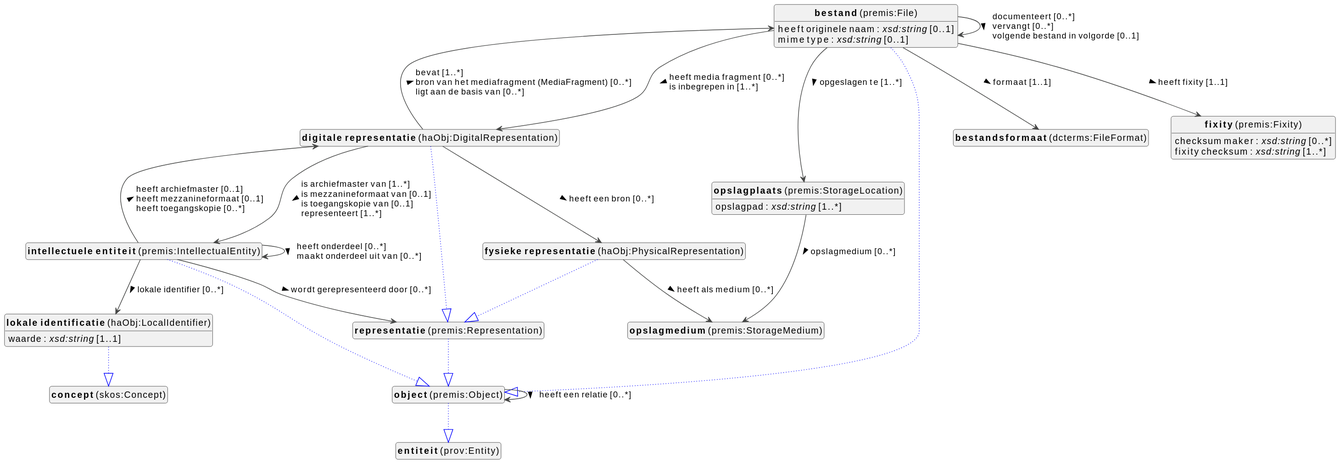
Above: docs/metadata/knowledge-graph/0.0.1/object/nl/object-diagram.svg in viaacode/documentation-jekyll (PlantUML), before the change.
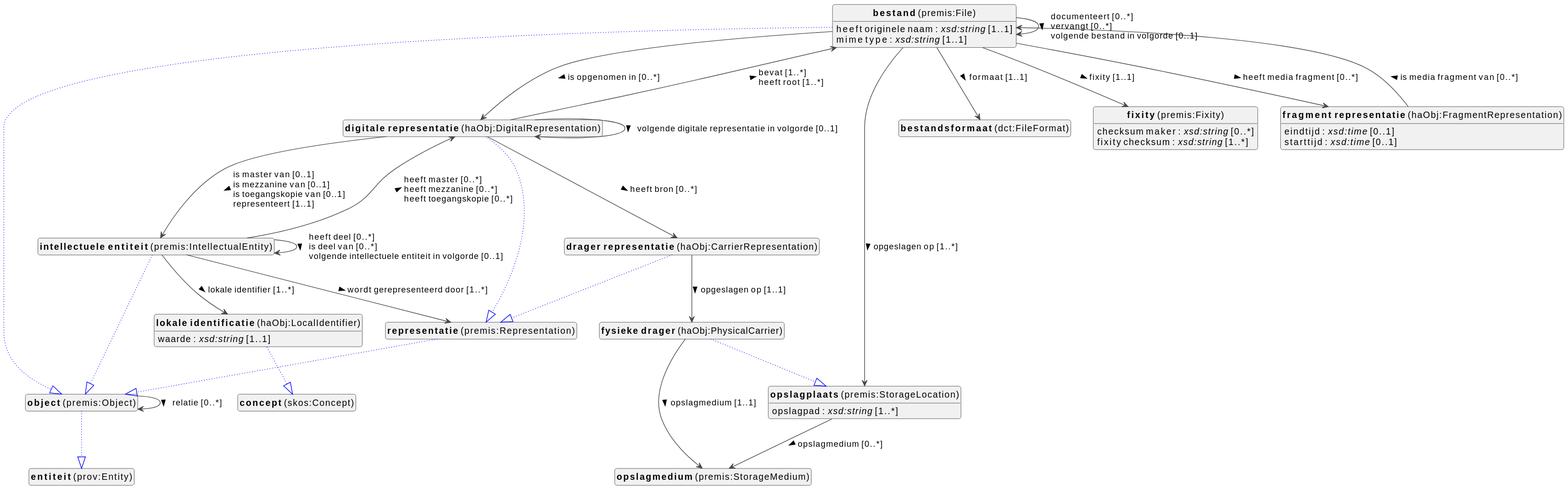
The same file after the commit.

The edit, as a diff of the source:
```diff
@@ -12,12 +12,15 @@
 
 class "<b>bestand</b> (premis:File)" as premis_File [[#premis%3AFile]]
 class "<b>object</b> (premis:Object)" as premis_Object [[#premis%3AObject]]
-class "<b>bestandsformaat</b> (dcterms:FileFormat)" as dcterms_FileFormat [[#dcterms%3AFileFormat]]
+class "<b>bestandsformaat</b> (dct:FileFormat)" as dct_FileFormat [[#dct%3AFileFormat]]
 class "<b>digitale representatie</b> (haObj:DigitalRepresentation)" as haObj_DigitalRepresentation [[#haObj%3ADigitalRepresentation]]
 class "<b>representatie</b> (premis:Representation)" as premis_Representation [[#premis%3ARepresentation]]
+class "<b>drager representatie</b> (haObj:CarrierRepresentation)" as haObj_CarrierRepresentation [[#haObj%3ACarrierRepresentation]]
+class "<b>representatie</b> (premis:Representation)" as premis_Representation [[#premis%3ARepresentation]]
 class "<b>fixity</b> (premis:Fixity)" as premis_Fixity [[#premis%3AFixity]]
-class "<b>fysieke representatie</b> (haObj:PhysicalRepresentation)" as haObj_PhysicalRepresentation [[#haObj%3APhysicalRepresentation]]
-class "<b>representatie</b> (premis:Representation)" as premis_Representation [[#premis%3ARepresentation]]
+class "<b>fragment representatie</b> (haObj:FragmentRepresentation)" as haObj_FragmentRepresentation [[#haObj%3AFragmentRepresentation]]
+class "<b>fysieke drager</b> (haObj:PhysicalCarrier)" as haObj_PhysicalCarrier [[#haObj%3APhysicalCarrier]]
+class "<b>opslagplaats</b> (premis:StorageLocation)" as premis_StorageLocation [[#premis%3AStorageLocation]]
 class "<b>intellectuele entiteit</b> (premis:IntellectualEntity)" as premis_IntellectualEntity [[#premis%3AIntellectualEntity]]
 class "<b>object</b> (premis:Object)" as premis_Object [[#premis%3AObject]]
 class "<b>lokale identificatie</b> (haObj:LocalIdentifier)" as haObj_LocalIdentifier [[#haObj%3ALocalIdentifier]]
@@ -31,14 +34,15 @@
 
 premis_File --|> premis_Object #blue;line.dotted;text:blue
 
-premis_File : heeft (bestands)grootte : <i>xsd:nonNegativeInteger</i> [0..1]
-premis_File : heeft originele naam : <i>xsd:string</i> [0..1]
-premis_File : mime type : <i>xsd:string</i> [0..1]
-premis_File --> dcterms_FileFormat :formaat [1..1]  >
-premis_File --> haObj_DigitalRepresentation :heeft media fragment [0..*]  \lis inbegrepen in [1..*]  >
+premis_File : heeft (bestands)grootte : <i>xsd:nonNegativeInteger</i> [1..1]
+premis_File : heeft originele naam : <i>xsd:string</i> [1..1]
+premis_File : mime type : <i>xsd:string</i> [1..1]
+premis_File --> dct_FileFormat :formaat [1..1]  >
+premis_File --> haObj_DigitalRepresentation :is opgenomen in [0..*]  >
+premis_File --> haObj_FragmentRepresentation :heeft media fragment [0..*]  >
 premis_File --> premis_File :documenteert [0..*]  \lvervangt [0..*]  \lvolgende bestand in volgorde [0..1]  >
-premis_File --> premis_Fixity :heeft fixity [1..1]  >
-premis_File --> premis_StorageLocation :opgeslagen te [1..*]  >
+premis_File --> premis_Fixity :fixity [1..1]  >
+premis_File --> premis_StorageLocation :opgeslagen op [1..*]  >
 
 
 
@@ -46,25 +50,36 @@
 
 haObj_DigitalRepresentation --|> premis_Representation #blue;line.dotted;text:blue
 
-haObj_DigitalRepresentation --> haObj_PhysicalRepresentation :heeft een bron [0..*]  >
-haObj_DigitalRepresentation --> premis_File :bevat [1..*]  \lbron van het mediafragment (MediaFragment) [0..*]  \lligt aan de basis van [0..*]  >
-haObj_DigitalRepresentation --> premis_IntellectualEntity :is archiefmaster van [1..*]  \lis mezzanineformaat van [0..1]  \lis toegangskopie van [0..1]  \lrepresenteert [1..*]  >
+haObj_DigitalRepresentation --> haObj_CarrierRepresentation :heeft bron [0..*]  >
+haObj_DigitalRepresentation --> haObj_DigitalRepresentation :volgende digitale representatie in volgorde [0..1]  >
+haObj_DigitalRepresentation --> premis_File :bevat [1..*]  \lheeft root [1..*]  >
+haObj_DigitalRepresentation --> premis_IntellectualEntity :is master van [0..1]  \lis mezzanine van [0..1]  \lis toegangskopie van [0..1]  \lrepresenteert [1..1]  >
+
+haObj_CarrierRepresentation --|> premis_Representation #blue;line.dotted;text:blue
+
+haObj_CarrierRepresentation --> haObj_PhysicalCarrier :opgeslagen op [1..1]  >
 
 
 premis_Fixity : checksum maker : <i>xsd:string</i> [0..*]
 premis_Fixity : fixity checksum : <i>xsd:string</i> [1..*]
 
 
-haObj_PhysicalRepresentation --|> premis_Representation #blue;line.dotted;text:blue
 
-haObj_PhysicalRepresentation --> premis_StorageMedium :heeft als medium [0..*]  >
+haObj_FragmentRepresentation : eindtijd : <i>xsd:time</i> [0..1]
+haObj_FragmentRepresentation : starttijd : <i>xsd:time</i> [0..1]
+haObj_FragmentRepresentation --> premis_File :is media fragment van [0..*]  >
+
+
+haObj_PhysicalCarrier --|> premis_StorageLocation #blue;line.dotted;text:blue
+
+haObj_PhysicalCarrier --> premis_StorageMedium :opslagmedium [1..1]  >
 
 premis_IntellectualEntity --|> premis_Object #blue;line.dotted;text:blue
 
-premis_IntellectualEntity --> haObj_DigitalRepresentation :heeft archiefmaster [0..1]  \lheeft mezzanineformaat [0..1]  \lheeft toegangskopie [0..*]  >
-premis_IntellectualEntity --> haObj_LocalIdentifier :lokale identifier [0..*]  >
-premis_IntellectualEntity --> premis_IntellectualEntity :heeft onderdeel [0..*]  \lmaakt onderdeel uit van [0..*]  >
-premis_IntellectualEntity --> premis_Representation :wordt gerepresenteerd door [0..*]  >
+premis_IntellectualEntity --> haObj_DigitalRepresentation :heeft master [0..*]  \lheeft mezzanine [0..*]  \lheeft toegangskopie [0..*]  >
+premis_IntellectualEntity --> haObj_LocalIdentifier :lokale identifier [1..*]  >
+premis_IntellectualEntity --> premis_IntellectualEntity :heeft deel [0..*]  \lis deel van [0..*]  \lvolgende intellectuele entiteit in volgorde [0..1]  >
+premis_IntellectualEntity --> premis_Representation :wordt gerepresenteerd door [1..*]  >
 
 haObj_LocalIdentifier --|> skos_Concept #blue;line.dotted;text:blue
 
@@ -73,7 +88,7 @@
 
 premis_Object --|> prov_Entity #blue;line.dotted;text:blue
 
-premis_Object --> premis_Object :heeft een relatie [0..*]  >
+premis_Object --> premis_Object :relatie [0..*]  >
 
 
 
```
